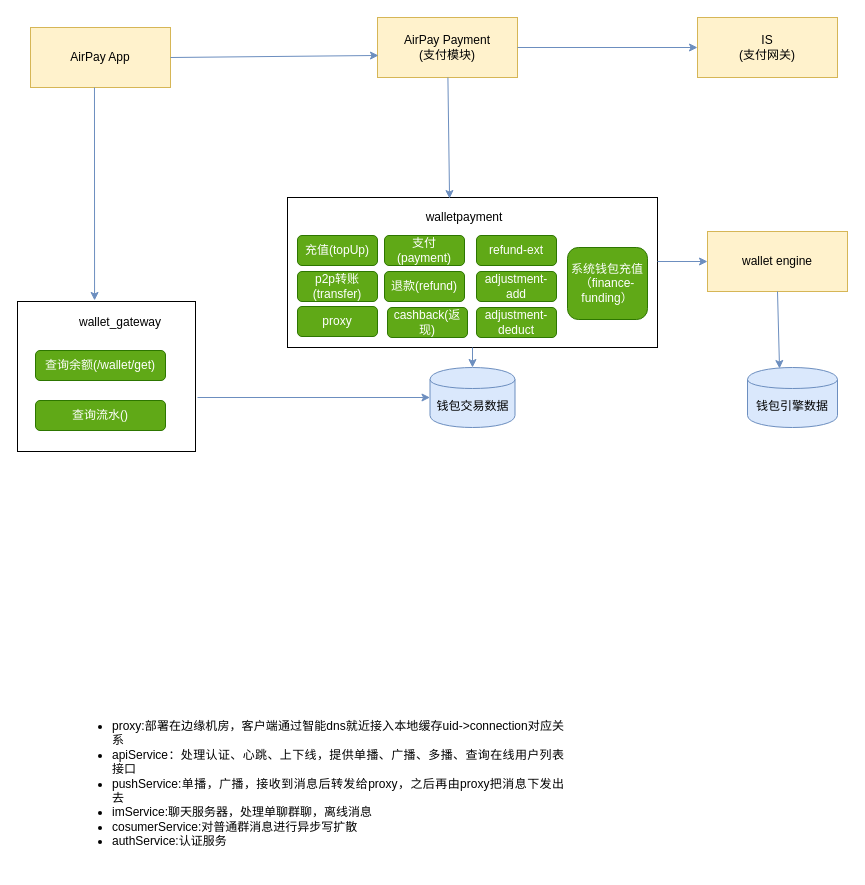
Earlier version of the draw.io diagram arch/wallet/arch.drawio (zhangchuhu/drawio). Source tidied: cells renumbered, new cells numbered last; positions are measured from the earlier drawing's top-left corner, leaving out a move shared by most shapes. Both pictures are drawn from the tidied source at 100%, with x=0, y=0 at pixel (17, 17).
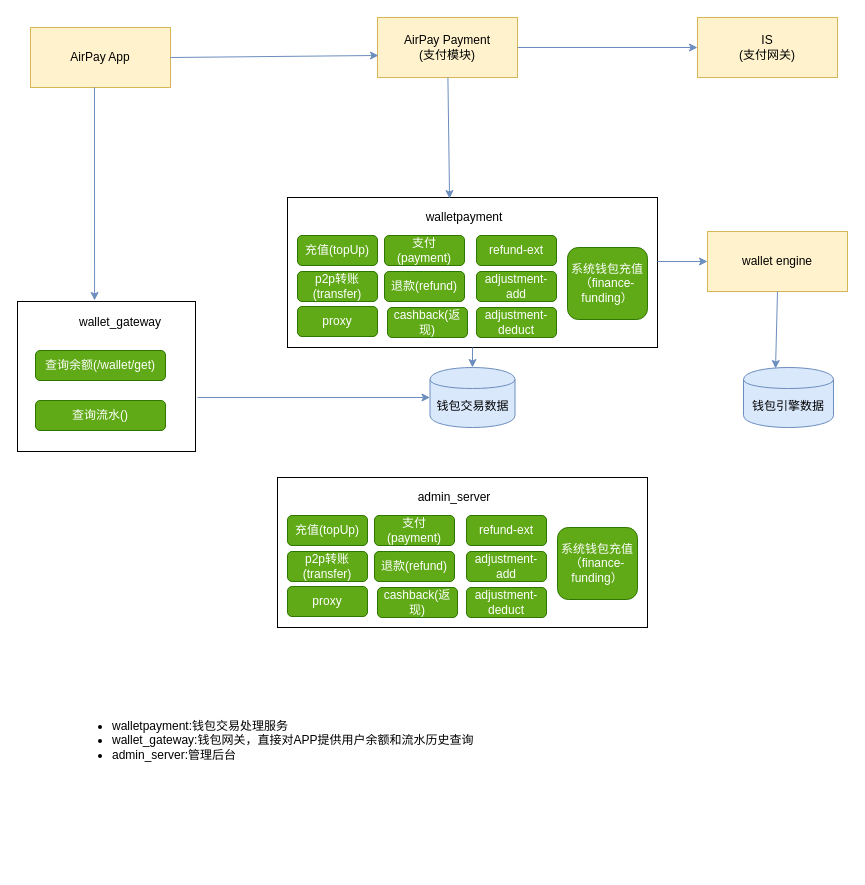
After the change.

Diff of the diagram source:
```diff
@@
-    <mxCell id="8" value="&lt;div style=&quot;text-align: justify&quot;&gt;&lt;ul&gt;&lt;li&gt;&lt;span style=&quot;font-weight: normal&quot;&gt;&lt;font style=&quot;font-size: 12px&quot;&gt;proxy:部署在边缘机房，客户端通过智能dns就近接入本地缓存uid-&amp;gt;connection对应关系&lt;/font&gt;&lt;/span&gt;&lt;/li&gt;&lt;li&gt;&lt;span&gt;apiService：处理认证、心跳、上下线，提供单播、广播、多播、查询在线用户列表接口&lt;/span&gt;&lt;/li&gt;&lt;li&gt;&lt;span&gt;pushService:单播，广播，接收到消息后转发给proxy，之后再由proxy把消息下发出去&lt;/span&gt;&lt;/li&gt;&lt;li&gt;imService:聊天服务器，处理单聊群聊，离线消息&lt;/li&gt;&lt;li&gt;cosumerService:对普通群消息进行异步写扩散&lt;/li&gt;&lt;li&gt;&lt;span&gt;authService:认证服务&lt;/span&gt;&lt;/li&gt;&lt;/ul&gt;&lt;/div&gt;&lt;div style=&quot;text-align: justify&quot;&gt;&lt;span style=&quot;font-weight: normal&quot;&gt;&lt;font style=&quot;font-size: 12px&quot;&gt;&lt;br&gt;&lt;/font&gt;&lt;/span&gt;&lt;/div&gt;" style="text;html=1;strokeColor=none;fillColor=none;spacing=5;spacingTop=-20;whiteSpace=wrap;overflow=hidden;rounded=0;" parent="1" vertex="1">
+    <mxCell id="8" value="&lt;div style=&quot;text-align: justify&quot;&gt;&lt;ul&gt;&lt;li&gt;walletpayment:钱包交易处理服务&lt;/li&gt;&lt;li&gt;wallet_gateway:钱包网关，直接对APP提供用户余额和流水历史查询&lt;/li&gt;&lt;li&gt;admin_server:管理后台&lt;/li&gt;&lt;/ul&gt;&lt;/div&gt;&lt;div style=&quot;text-align: justify&quot;&gt;&lt;span style=&quot;font-weight: normal&quot;&gt;&lt;font style=&quot;font-size: 12px&quot;&gt;&lt;br&gt;&lt;/font&gt;&lt;/span&gt;&lt;/div&gt;" style="text;html=1;strokeColor=none;fillColor=none;spacing=5;spacingTop=-20;whiteSpace=wrap;overflow=hidden;rounded=0;" parent="1" vertex="1">
       <mxGeometry x="50" y="700" width="500" height="150" as="geometry" />
     </mxCell>
@@
     <mxCell id="23" value="钱包引擎数据" style="shape=cylinder;whiteSpace=wrap;html=1;boundedLbl=1;backgroundOutline=1;fillColor=#dae8fc;strokeColor=#6c8ebf;" parent="1" vertex="1">
-      <mxGeometry x="730" y="350" width="90" height="60" as="geometry" />
+      <mxGeometry x="726" y="350" width="90" height="60" as="geometry" />
     </mxCell>
@@
+    <mxCell id="33" style="rounded=0;whiteSpace=wrap;html=1;" parent="1" vertex="1">
+      <mxGeometry x="260" y="460" width="370" height="150" as="geometry" />
+    </mxCell>
+    <mxCell id="34" value="proxy" style="rounded=1;whiteSpace=wrap;html=1;fillColor=#60a917;strokeColor=#2D7600;fontColor=#ffffff;" parent="1" vertex="1">
+      <mxGeometry x="270" y="569" width="80" height="30" as="geometry" />
+    </mxCell>
+    <mxCell id="35" value="p2p转账(transfer)" style="rounded=1;whiteSpace=wrap;html=1;fillColor=#60a917;strokeColor=#2D7600;fontColor=#ffffff;" parent="1" vertex="1">
+      <mxGeometry x="270" y="534" width="80" height="30" as="geometry" />
+    </mxCell>
+    <mxCell id="36" value="admin_server" style="text;html=1;strokeColor=none;fillColor=none;align=center;verticalAlign=middle;whiteSpace=wrap;rounded=0;" parent="1" vertex="1">
+      <mxGeometry x="407" y="470" width="60" height="20" as="geometry" />
+    </mxCell>
+    <mxCell id="37" value="充值(topUp)" style="rounded=1;whiteSpace=wrap;html=1;fillColor=#60a917;strokeColor=#2D7600;fontColor=#ffffff;" parent="1" vertex="1">
+      <mxGeometry x="270" y="498" width="80" height="30" as="geometry" />
+    </mxCell>
+    <mxCell id="38" value="支付(payment)" style="rounded=1;whiteSpace=wrap;html=1;fillColor=#60a917;strokeColor=#2D7600;fontColor=#ffffff;" parent="1" vertex="1">
+      <mxGeometry x="357" y="498" width="80" height="30" as="geometry" />
+    </mxCell>
+    <mxCell id="39" value="退款(refund)" style="rounded=1;whiteSpace=wrap;html=1;fillColor=#60a917;strokeColor=#2D7600;fontColor=#ffffff;" parent="1" vertex="1">
+      <mxGeometry x="357" y="534" width="80" height="30" as="geometry" />
+    </mxCell>
+    <mxCell id="40" value="cashback(返现)" style="rounded=1;whiteSpace=wrap;html=1;fillColor=#60a917;strokeColor=#2D7600;fontColor=#ffffff;" parent="1" vertex="1">
+      <mxGeometry x="360" y="570" width="80" height="30" as="geometry" />
+    </mxCell>
+    <mxCell id="41" value="refund-ext" style="rounded=1;whiteSpace=wrap;html=1;fillColor=#60a917;strokeColor=#2D7600;fontColor=#ffffff;" parent="1" vertex="1">
+      <mxGeometry x="449" y="498" width="80" height="30" as="geometry" />
+    </mxCell>
+    <mxCell id="42" value="adjustment-add" style="rounded=1;whiteSpace=wrap;html=1;fillColor=#60a917;strokeColor=#2D7600;fontColor=#ffffff;" parent="1" vertex="1">
+      <mxGeometry x="449" y="534" width="80" height="30" as="geometry" />
+    </mxCell>
+    <mxCell id="43" value="adjustment-deduct" style="rounded=1;whiteSpace=wrap;html=1;fillColor=#60a917;strokeColor=#2D7600;fontColor=#ffffff;" parent="1" vertex="1">
+      <mxGeometry x="449" y="570" width="80" height="30" as="geometry" />
+    </mxCell>
+    <mxCell id="44" value="系统钱包充值（finance-funding）" style="rounded=1;whiteSpace=wrap;html=1;fillColor=#60a917;strokeColor=#2D7600;fontColor=#ffffff;" parent="1" vertex="1">
+      <mxGeometry x="540" y="510" width="80" height="72" as="geometry" />
+    </mxCell>
```
